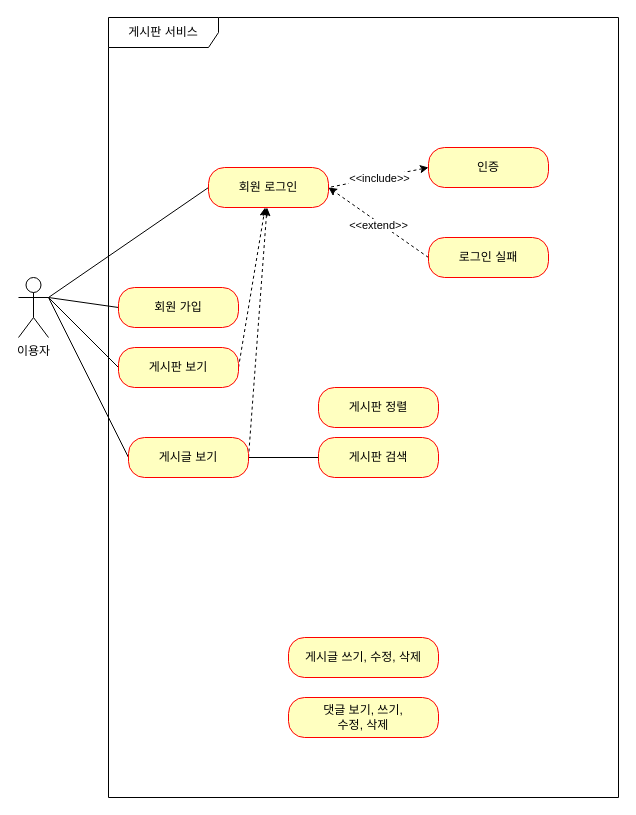
The draw.io diagram document/제목 없는 다이어그램.drawio in SjuneLee/fastcampus-part2, before the edit. Source tidied: cells renumbered, new cells numbered last; positions are measured from the earlier drawing's top-left corner, leaving out a move shared by most shapes. Both pictures are drawn from the tidied source at 100%, with x=0, y=0 at pixel (18, 17).
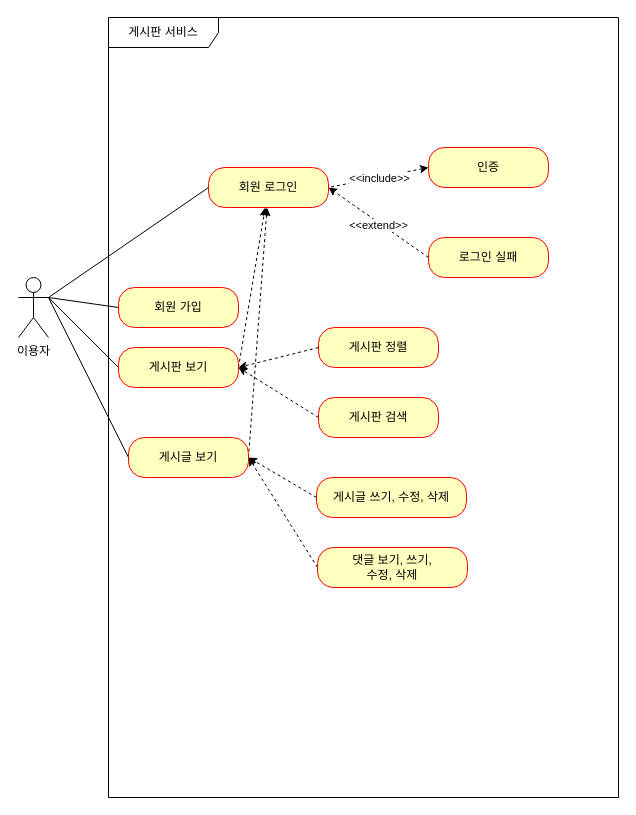
The same page after the edit.

Commit message (it also covers changes not shown here):
제목 없는 다이어그램.drawio 업데이트

The change refers to these unchanged cells:
```xml
<mxCell id="8" value="게시판 보기" style="rounded=1;whiteSpace=wrap;html=1;arcSize=40;fontColor=#000000;fillColor=#ffffc0;strokeColor=#ff0000;" parent="1" vertex="1">
  <mxGeometry x="100" y="330" width="120" height="40" as="geometry" />
</mxCell>
<mxCell id="12" value="게시글 보기" style="rounded=1;whiteSpace=wrap;html=1;arcSize=40;fontColor=#000000;fillColor=#ffffc0;strokeColor=#ff0000;" parent="1" vertex="1">
  <mxGeometry x="110" y="420" width="120" height="40" as="geometry" />
</mxCell>
```

The edit, as a diff of the source:
```diff
@@
-    <mxCell id="11" style="edgeStyle=none;shape=connector;rounded=0;jettySize=auto;html=1;labelBackgroundColor=default;strokeColor=default;fontFamily=Helvetica;fontSize=11;fontColor=default;endArrow=none;endFill=0;" parent="1" edge="1" source="12" target="22">
-      <mxGeometry relative="1" as="geometry" />
-    </mxCell>
@@
+    <mxCell id="25" style="edgeStyle=none;shape=connector;rounded=0;jettySize=auto;html=1;exitX=0;exitY=0.5;exitDx=0;exitDy=0;entryX=1;entryY=0.5;entryDx=0;entryDy=0;dashed=1;labelBackgroundColor=default;strokeColor=default;fontFamily=Helvetica;fontSize=11;fontColor=default;endArrow=classic;endFill=1;" parent="1" edge="1" source="21" target="8">
+      <mxGeometry relative="1" as="geometry" />
+    </mxCell>
     <mxCell id="21" value="게시판 정렬" style="rounded=1;whiteSpace=wrap;html=1;arcSize=40;fontColor=#000000;fillColor=#ffffc0;strokeColor=#ff0000;" parent="1" vertex="1">
-      <mxGeometry x="300" y="370" width="120" height="40" as="geometry" />
+      <mxGeometry x="300" y="310" width="120" height="40" as="geometry" />
     </mxCell>
+    <mxCell id="26" style="edgeStyle=none;shape=connector;rounded=0;jettySize=auto;html=1;exitX=0;exitY=0.5;exitDx=0;exitDy=0;dashed=1;labelBackgroundColor=default;strokeColor=default;fontFamily=Helvetica;fontSize=11;fontColor=default;endArrow=classic;endFill=1;" parent="1" edge="1" source="22">
+      <mxGeometry relative="1" as="geometry">
+        <mxPoint x="220" y="350" as="targetPoint" />
+      </mxGeometry>
+    </mxCell>
     <mxCell id="22" value="게시판 검색" style="rounded=1;whiteSpace=wrap;html=1;arcSize=40;fontColor=#000000;fillColor=#ffffc0;strokeColor=#ff0000;" parent="1" vertex="1">
-      <mxGeometry x="300" y="420" width="120" height="40" as="geometry" />
+      <mxGeometry x="300" y="380" width="120" height="40" as="geometry" />
     </mxCell>
+    <mxCell id="27" style="edgeStyle=none;shape=connector;rounded=0;jettySize=auto;html=1;exitX=0;exitY=0.5;exitDx=0;exitDy=0;entryX=1;entryY=0.5;entryDx=0;entryDy=0;dashed=1;labelBackgroundColor=default;strokeColor=default;fontFamily=Helvetica;fontSize=11;fontColor=default;endArrow=classic;endFill=1;" parent="1" edge="1" source="23" target="12">
+      <mxGeometry relative="1" as="geometry" />
+    </mxCell>
     <mxCell id="23" value="게시글 쓰기, 수정, 삭제" style="rounded=1;whiteSpace=wrap;html=1;arcSize=40;fontColor=#000000;fillColor=#ffffc0;strokeColor=#ff0000;" parent="1" vertex="1">
-      <mxGeometry x="270" y="620" width="150" height="40" as="geometry" />
+      <mxGeometry x="298" y="460" width="150" height="40" as="geometry" />
     </mxCell>
+    <mxCell id="28" style="edgeStyle=none;shape=connector;rounded=0;jettySize=auto;html=1;exitX=0;exitY=0.5;exitDx=0;exitDy=0;dashed=1;labelBackgroundColor=default;strokeColor=default;fontFamily=Helvetica;fontSize=11;fontColor=default;endArrow=classic;endFill=1;" parent="1" edge="1" source="24">
+      <mxGeometry relative="1" as="geometry">
+        <mxPoint x="230" y="440" as="targetPoint" />
+      </mxGeometry>
+    </mxCell>
     <mxCell id="24" value="댓글 보기, 쓰기, &lt;br&gt;수정, 삭제" style="rounded=1;whiteSpace=wrap;html=1;arcSize=40;fontColor=#000000;fillColor=#ffffc0;strokeColor=#ff0000;" parent="1" vertex="1">
-      <mxGeometry x="270" y="680" width="150" height="40" as="geometry" />
+      <mxGeometry x="299" y="530" width="150" height="40" as="geometry" />
     </mxCell>
```
